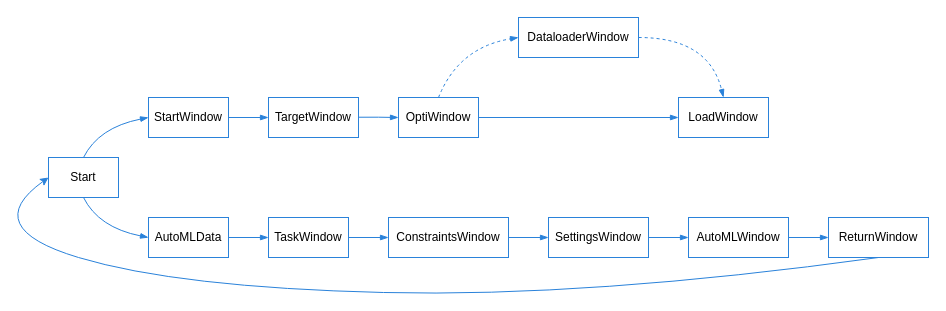
Above: src/GUILayout/Images/Flowchart.drawio in Hahn-Schickard/AutoFlow (draw.io), before the change. Source tidied: cells renumbered, new cells numbered last; positions are measured from the earlier drawing's top-left corner, leaving out a move shared by most shapes. Both pictures are drawn from the tidied source at 100%, with x=0, y=0 at pixel (-22, 17).
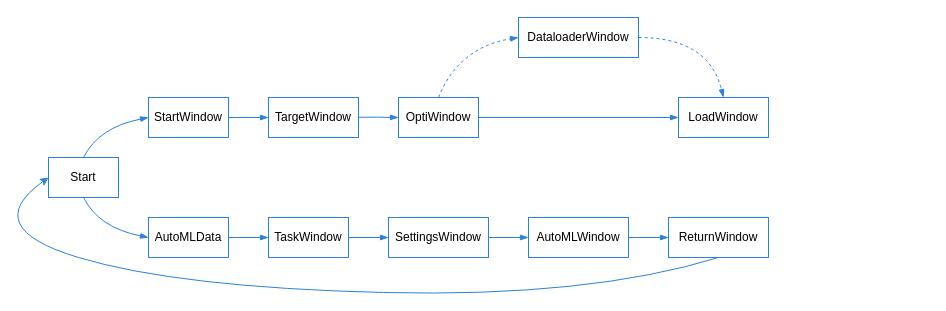
The same diagram, later.

The change refers to these unchanged cells:
```xml
<mxCell id="16" value="TaskWindow" style="rounded=0;whiteSpace=wrap;html=1;strokeColor=#2A82DA;" parent="1" vertex="1">
  <mxGeometry x="290" y="200" width="80" height="40" as="geometry" />
</mxCell>
```

Diff of the diagram source:
```diff
@@
-    <mxCell id="18" value="ConstraintsWindow" style="rounded=0;whiteSpace=wrap;html=1;strokeColor=#2A82DA;" parent="1" vertex="1">
-      <mxGeometry x="410" y="200" width="120" height="40" as="geometry" />
-    </mxCell>
-    <mxCell id="19" style="edgeStyle=orthogonalEdgeStyle;rounded=0;jettySize=auto;html=1;exitX=1;exitY=0.5;exitDx=0;exitDy=0;entryX=0;entryY=0.5;entryDx=0;entryDy=0;endArrow=blockThin;endFill=1;strokeColor=#2A82DA;" parent="1" edge="1" source="16" target="18">
+    <mxCell id="19" style="edgeStyle=orthogonalEdgeStyle;rounded=0;jettySize=auto;html=1;exitX=1;exitY=0.5;exitDx=0;exitDy=0;entryX=0;entryY=0.5;entryDx=0;entryDy=0;endArrow=blockThin;endFill=1;strokeColor=#2A82DA;" parent="1" edge="1" source="16" target="20">
       <mxGeometry relative="1" as="geometry" />
     </mxCell>
     <mxCell id="20" value="SettingsWindow" style="rounded=0;whiteSpace=wrap;html=1;strokeColor=#2A82DA;" parent="1" vertex="1">
-      <mxGeometry x="570" y="200" width="100" height="40" as="geometry" />
+      <mxGeometry x="410" y="200" width="100" height="40" as="geometry" />
     </mxCell>
-    <mxCell id="21" style="edgeStyle=orthogonalEdgeStyle;rounded=0;jettySize=auto;html=1;exitX=1;exitY=0.5;exitDx=0;exitDy=0;entryX=0;entryY=0.5;entryDx=0;entryDy=0;endArrow=blockThin;endFill=1;strokeColor=#2A82DA;" parent="1" edge="1" source="18" target="20">
-      <mxGeometry relative="1" as="geometry" />
-    </mxCell>
     <mxCell id="22" value="AutoMLWindow" style="rounded=0;whiteSpace=wrap;html=1;strokeColor=#2A82DA;" parent="1" vertex="1">
-      <mxGeometry x="710" y="200" width="100" height="40" as="geometry" />
+      <mxGeometry x="550" y="200" width="100" height="40" as="geometry" />
     </mxCell>
@@
     <mxCell id="24" value="ReturnWindow" style="rounded=0;whiteSpace=wrap;html=1;strokeColor=#2A82DA;" parent="1" vertex="1">
-      <mxGeometry x="850" y="200" width="100" height="40" as="geometry" />
+      <mxGeometry x="690" y="200" width="100" height="40" as="geometry" />
     </mxCell>
```
